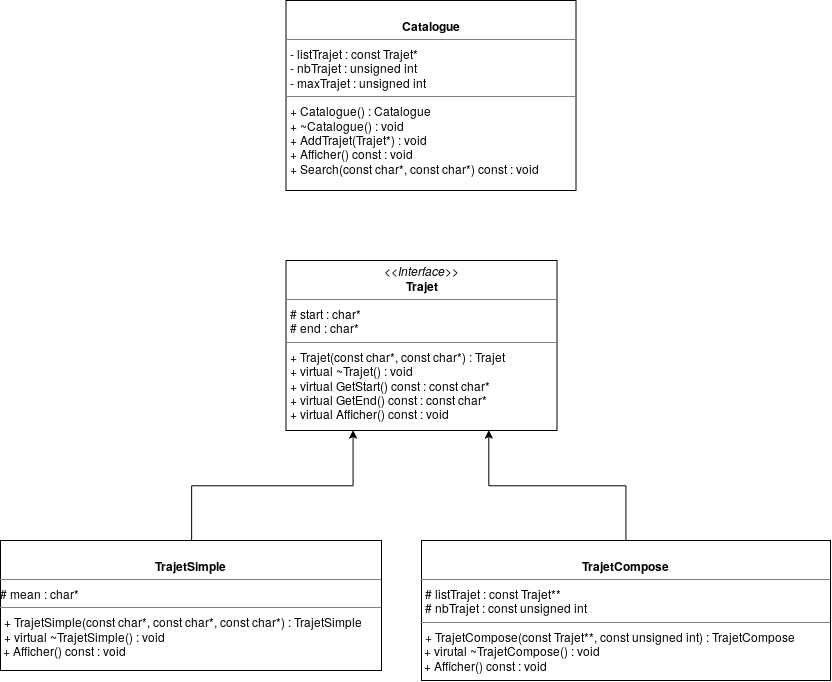
This is Docs/UML.png from QuentindeA/TP2_CPP, a draw.io export, as it was before one commit. Source tidied: cells renumbered, new cells last; positions are measured from the earlier drawing's top-left corner, leaving out a move shared by most shapes. Its diagram source:
```xml
<mxGraphModel background="#ffffff">
  <root>
    <mxCell id="0" />
    <mxCell id="1" parent="0" />
    <mxCell id="2" value="&lt;p style=&quot;margin: 0px ; margin-top: 4px ; text-align: center&quot;&gt;&lt;i&gt;&amp;lt;&amp;lt;Interface&amp;gt;&amp;gt;&lt;/i&gt;&lt;br&gt;&lt;b&gt;Trajet&lt;/b&gt;&lt;/p&gt;&lt;hr size=&quot;1&quot;&gt;&lt;p style=&quot;margin: 0px ; margin-left: 4px&quot;&gt;# start : char*&lt;br&gt;# end : char*&lt;/p&gt;&lt;hr size=&quot;1&quot;&gt;&lt;p style=&quot;margin: 0px ; margin-left: 4px&quot;&gt;+ Trajet(const char*, const char*) : Trajet&lt;/p&gt;&lt;p style=&quot;margin: 0px ; margin-left: 4px&quot;&gt;+ virtual ~Trajet() : void&lt;br&gt;&lt;/p&gt;&lt;p style=&quot;margin: 0px ; margin-left: 4px&quot;&gt;+ virtual GetStart() const : const char*&lt;br&gt;+ virtual GetEnd() const : const char*&lt;/p&gt;&lt;p style=&quot;margin: 0px ; margin-left: 4px&quot;&gt;+ virtual Afficher() const : void&lt;br&gt;&lt;/p&gt;" style="verticalAlign=top;align=left;overflow=fill;fontSize=12;fontFamily=Helvetica;html=1;rounded=0;shadow=0;comic=0;labelBackgroundColor=none;strokeWidth=1;" parent="1" vertex="1">
      <mxGeometry x="285.5" y="260" width="271" height="170" as="geometry" />
    </mxCell>
    <mxCell id="3" style="edgeStyle=orthogonalEdgeStyle;rounded=0;jettySize=auto;html=1;entryX=0.25;entryY=1;entryDx=0;entryDy=0;" parent="1" edge="1" source="4" target="2">
      <mxGeometry relative="1" as="geometry" />
    </mxCell>
    <mxCell id="4" value="&lt;p style=&quot;margin: 0px ; margin-top: 4px ; text-align: center&quot;&gt;&lt;br&gt;&lt;b&gt;TrajetSimple&lt;/b&gt;&lt;/p&gt;&lt;hr size=&quot;1&quot;&gt;&lt;div&gt;# mean : char*&lt;/div&gt;&lt;hr size=&quot;1&quot;&gt;&lt;div&gt;&lt;p style=&quot;margin: 0px ; margin-left: 4px&quot;&gt;+ TrajetSimple(const char*, const char*, const char*) : TrajetSimple&lt;/p&gt;&lt;p style=&quot;margin: 0px ; margin-left: 4px&quot;&gt;+ virtual ~TrajetSimple() : void&lt;/p&gt;&lt;/div&gt;&lt;div&gt;&amp;nbsp;+ Afficher() const : void&lt;/div&gt;&lt;div&gt;&lt;br&gt;&lt;/div&gt;&lt;div&gt;&lt;br&gt;&lt;/div&gt;&lt;div&gt;&lt;br&gt;&lt;/div&gt;&lt;div&gt;&lt;br&gt;&lt;/div&gt;&lt;div&gt;&lt;br&gt;&lt;/div&gt;&lt;div&gt;&lt;br&gt;&lt;/div&gt;&lt;div&gt;&lt;br&gt;&lt;/div&gt;&lt;div&gt;&lt;br&gt;&lt;/div&gt;&lt;div&gt;&lt;br&gt;&lt;/div&gt;&lt;div&gt;&lt;br&gt;&lt;/div&gt;&lt;div&gt;&lt;br&gt;&lt;/div&gt;&lt;div&gt;&lt;br&gt;&lt;/div&gt;&lt;hr size=&quot;1&quot;&gt;" style="verticalAlign=top;align=left;overflow=fill;fontSize=12;fontFamily=Helvetica;html=1;rounded=0;shadow=0;comic=0;labelBackgroundColor=none;strokeWidth=1;" parent="1" vertex="1">
      <mxGeometry y="540" width="381" height="130" as="geometry" />
    </mxCell>
    <mxCell id="5" style="edgeStyle=orthogonalEdgeStyle;rounded=0;jettySize=auto;html=1;entryX=0.75;entryY=1;entryDx=0;entryDy=0;" parent="1" edge="1" source="6" target="2">
      <mxGeometry relative="1" as="geometry" />
    </mxCell>
    <mxCell id="6" value="&lt;p style=&quot;margin: 0px ; margin-top: 4px ; text-align: center&quot;&gt;&lt;br&gt;&lt;b&gt;TrajetCompose&lt;/b&gt;&lt;/p&gt;&lt;hr size=&quot;1&quot;&gt;&lt;p style=&quot;margin: 0px ; margin-left: 4px&quot;&gt;# listTrajet : const Trajet**&lt;br&gt;&lt;/p&gt;&lt;p style=&quot;margin: 0px ; margin-left: 4px&quot;&gt;# nbTrajet : const unsigned int&lt;br&gt;&lt;/p&gt;&lt;hr size=&quot;1&quot;&gt;&lt;div&gt;&lt;p style=&quot;margin: 0px ; margin-left: 4px&quot;&gt;+ TrajetCompose(const Trajet**, const unsigned int) : TrajetCompose&lt;/p&gt;&lt;/div&gt;&lt;div&gt;&amp;nbsp;+ virutal ~TrajetCompose() : void &lt;br&gt;&lt;/div&gt;&lt;div&gt;&amp;nbsp;+ Afficher() const : void&lt;/div&gt;&lt;div&gt;&lt;br&gt;&lt;/div&gt;" style="verticalAlign=top;align=left;overflow=fill;fontSize=12;fontFamily=Helvetica;html=1;rounded=0;shadow=0;comic=0;labelBackgroundColor=none;strokeWidth=1;" parent="1" vertex="1">
      <mxGeometry x="421" y="540" width="409" height="140" as="geometry" />
    </mxCell>
    <mxCell id="7" value="&lt;p style=&quot;margin: 0px ; margin-top: 4px ; text-align: center&quot;&gt;&lt;br&gt;&lt;b&gt;Catalogue&lt;/b&gt;&lt;/p&gt;&lt;hr size=&quot;1&quot;&gt;&lt;p style=&quot;margin: 0px ; margin-left: 4px&quot;&gt;- listTrajet : const Trajet*&lt;/p&gt;&lt;p style=&quot;margin: 0px ; margin-left: 4px&quot;&gt;- nbTrajet : unsigned int&lt;br&gt;&lt;/p&gt;&lt;p style=&quot;margin: 0px ; margin-left: 4px&quot;&gt;- maxTrajet : unsigned int&lt;/p&gt;&lt;hr size=&quot;1&quot;&gt;&lt;p style=&quot;margin: 0px ; margin-left: 4px&quot;&gt;+ Catalogue() : Catalogue&lt;/p&gt;&lt;p style=&quot;margin: 0px ; margin-left: 4px&quot;&gt;+ ~Catalogue() : void&lt;/p&gt;&lt;p style=&quot;margin: 0px ; margin-left: 4px&quot;&gt;+ AddTrajet(Trajet*) : void&lt;br&gt;&lt;/p&gt;&lt;p style=&quot;margin: 0px ; margin-left: 4px&quot;&gt;+ Afficher() const : void&lt;/p&gt;&lt;p style=&quot;margin: 0px ; margin-left: 4px&quot;&gt;+ Search(const char*, const char*) const : void&lt;br&gt;&lt;/p&gt;" style="verticalAlign=top;align=left;overflow=fill;fontSize=12;fontFamily=Helvetica;html=1;rounded=0;shadow=0;comic=0;labelBackgroundColor=none;strokeWidth=1;" parent="1" vertex="1">
      <mxGeometry x="285.5" width="290" height="190" as="geometry" />
    </mxCell>
  </root>
</mxGraphModel>
```
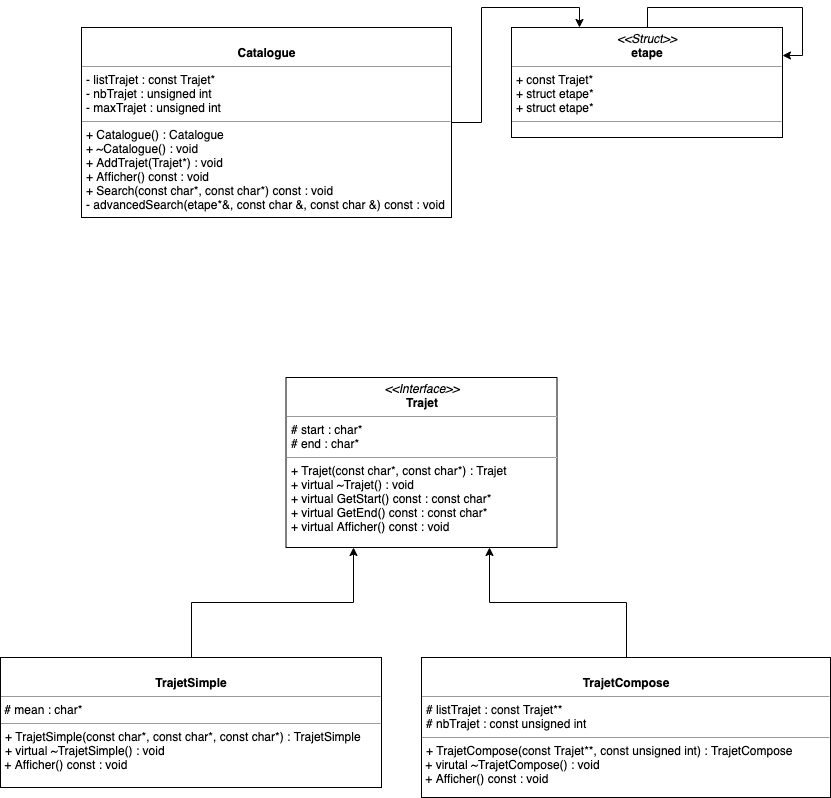
After the change.

Commit message:
modif de l'UML et modif du CR en conséquent

What changed in the source:
```diff
@@ -8,7 +8,7 @@
     <mxCell id="3" style="edgeStyle=orthogonalEdgeStyle;rounded=0;jettySize=auto;html=1;entryX=0.25;entryY=1;entryDx=0;entryDy=0;" parent="1" edge="1" source="4" target="2">
       <mxGeometry relative="1" as="geometry" />
     </mxCell>
-    <mxCell id="4" value="&lt;p style=&quot;margin: 0px ; margin-top: 4px ; text-align: center&quot;&gt;&lt;br&gt;&lt;b&gt;TrajetSimple&lt;/b&gt;&lt;/p&gt;&lt;hr size=&quot;1&quot;&gt;&lt;div&gt;# mean : char*&lt;/div&gt;&lt;hr size=&quot;1&quot;&gt;&lt;div&gt;&lt;p style=&quot;margin: 0px ; margin-left: 4px&quot;&gt;+ TrajetSimple(const char*, const char*, const char*) : TrajetSimple&lt;/p&gt;&lt;p style=&quot;margin: 0px ; margin-left: 4px&quot;&gt;+ virtual ~TrajetSimple() : void&lt;/p&gt;&lt;/div&gt;&lt;div&gt;&amp;nbsp;+ Afficher() const : void&lt;/div&gt;&lt;div&gt;&lt;br&gt;&lt;/div&gt;&lt;div&gt;&lt;br&gt;&lt;/div&gt;&lt;div&gt;&lt;br&gt;&lt;/div&gt;&lt;div&gt;&lt;br&gt;&lt;/div&gt;&lt;div&gt;&lt;br&gt;&lt;/div&gt;&lt;div&gt;&lt;br&gt;&lt;/div&gt;&lt;div&gt;&lt;br&gt;&lt;/div&gt;&lt;div&gt;&lt;br&gt;&lt;/div&gt;&lt;div&gt;&lt;br&gt;&lt;/div&gt;&lt;div&gt;&lt;br&gt;&lt;/div&gt;&lt;div&gt;&lt;br&gt;&lt;/div&gt;&lt;div&gt;&lt;br&gt;&lt;/div&gt;&lt;hr size=&quot;1&quot;&gt;" style="verticalAlign=top;align=left;overflow=fill;fontSize=12;fontFamily=Helvetica;html=1;rounded=0;shadow=0;comic=0;labelBackgroundColor=none;strokeWidth=1;" parent="1" vertex="1">
+    <mxCell id="4" value="&lt;p style=&quot;margin: 0px ; margin-top: 4px ; text-align: center&quot;&gt;&lt;br&gt;&lt;b&gt;TrajetSimple&lt;/b&gt;&lt;/p&gt;&lt;hr size=&quot;1&quot;&gt;&lt;div&gt;&amp;nbsp;# mean : char*&lt;/div&gt;&lt;hr size=&quot;1&quot;&gt;&lt;div&gt;&lt;p style=&quot;margin: 0px ; margin-left: 4px&quot;&gt;+ TrajetSimple(const char*, const char*, const char*) : TrajetSimple&lt;/p&gt;&lt;p style=&quot;margin: 0px ; margin-left: 4px&quot;&gt;+ virtual ~TrajetSimple() : void&lt;/p&gt;&lt;/div&gt;&lt;div&gt;&amp;nbsp;+ Afficher() const : void&lt;/div&gt;&lt;div&gt;&lt;br&gt;&lt;/div&gt;&lt;div&gt;&lt;br&gt;&lt;/div&gt;&lt;div&gt;&lt;br&gt;&lt;/div&gt;&lt;div&gt;&lt;br&gt;&lt;/div&gt;&lt;div&gt;&lt;br&gt;&lt;/div&gt;&lt;div&gt;&lt;br&gt;&lt;/div&gt;&lt;div&gt;&lt;br&gt;&lt;/div&gt;&lt;div&gt;&lt;br&gt;&lt;/div&gt;&lt;div&gt;&lt;br&gt;&lt;/div&gt;&lt;div&gt;&lt;br&gt;&lt;/div&gt;&lt;div&gt;&lt;br&gt;&lt;/div&gt;&lt;div&gt;&lt;br&gt;&lt;/div&gt;&lt;hr size=&quot;1&quot;&gt;" style="verticalAlign=top;align=left;overflow=fill;fontSize=12;fontFamily=Helvetica;html=1;rounded=0;shadow=0;comic=0;labelBackgroundColor=none;strokeWidth=1;" parent="1" vertex="1">
       <mxGeometry y="540" width="381" height="130" as="geometry" />
     </mxCell>
     <mxCell id="5" style="edgeStyle=orthogonalEdgeStyle;rounded=0;jettySize=auto;html=1;entryX=0.75;entryY=1;entryDx=0;entryDy=0;" parent="1" edge="1" source="6" target="2">
@@ -17,8 +17,17 @@
     <mxCell id="6" value="&lt;p style=&quot;margin: 0px ; margin-top: 4px ; text-align: center&quot;&gt;&lt;br&gt;&lt;b&gt;TrajetCompose&lt;/b&gt;&lt;/p&gt;&lt;hr size=&quot;1&quot;&gt;&lt;p style=&quot;margin: 0px ; margin-left: 4px&quot;&gt;# listTrajet : const Trajet**&lt;br&gt;&lt;/p&gt;&lt;p style=&quot;margin: 0px ; margin-left: 4px&quot;&gt;# nbTrajet : const unsigned int&lt;br&gt;&lt;/p&gt;&lt;hr size=&quot;1&quot;&gt;&lt;div&gt;&lt;p style=&quot;margin: 0px ; margin-left: 4px&quot;&gt;+ TrajetCompose(const Trajet**, const unsigned int) : TrajetCompose&lt;/p&gt;&lt;/div&gt;&lt;div&gt;&amp;nbsp;+ virutal ~TrajetCompose() : void &lt;br&gt;&lt;/div&gt;&lt;div&gt;&amp;nbsp;+ Afficher() const : void&lt;/div&gt;&lt;div&gt;&lt;br&gt;&lt;/div&gt;" style="verticalAlign=top;align=left;overflow=fill;fontSize=12;fontFamily=Helvetica;html=1;rounded=0;shadow=0;comic=0;labelBackgroundColor=none;strokeWidth=1;" parent="1" vertex="1">
       <mxGeometry x="421" y="540" width="409" height="140" as="geometry" />
     </mxCell>
+    <mxCell id="8" style="edgeStyle=orthogonalEdgeStyle;rounded=0;jettySize=auto;html=1;entryX=0.25;entryY=0;entryDx=0;entryDy=0;" parent="1" edge="1" source="7" target="9">
+      <mxGeometry relative="1" as="geometry" />
+    </mxCell>
-    <mxCell id="7" value="&lt;p style=&quot;margin: 0px ; margin-top: 4px ; text-align: center&quot;&gt;&lt;br&gt;&lt;b&gt;Catalogue&lt;/b&gt;&lt;/p&gt;&lt;hr size=&quot;1&quot;&gt;&lt;p style=&quot;margin: 0px ; margin-left: 4px&quot;&gt;- listTrajet : const Trajet*&lt;/p&gt;&lt;p style=&quot;margin: 0px ; margin-left: 4px&quot;&gt;- nbTrajet : unsigned int&lt;br&gt;&lt;/p&gt;&lt;p style=&quot;margin: 0px ; margin-left: 4px&quot;&gt;- maxTrajet : unsigned int&lt;/p&gt;&lt;hr size=&quot;1&quot;&gt;&lt;p style=&quot;margin: 0px ; margin-left: 4px&quot;&gt;+ Catalogue() : Catalogue&lt;/p&gt;&lt;p style=&quot;margin: 0px ; margin-left: 4px&quot;&gt;+ ~Catalogue() : void&lt;/p&gt;&lt;p style=&quot;margin: 0px ; margin-left: 4px&quot;&gt;+ AddTrajet(Trajet*) : void&lt;br&gt;&lt;/p&gt;&lt;p style=&quot;margin: 0px ; margin-left: 4px&quot;&gt;+ Afficher() const : void&lt;/p&gt;&lt;p style=&quot;margin: 0px ; margin-left: 4px&quot;&gt;+ Search(const char*, const char*) const : void&lt;br&gt;&lt;/p&gt;" style="verticalAlign=top;align=left;overflow=fill;fontSize=12;fontFamily=Helvetica;html=1;rounded=0;shadow=0;comic=0;labelBackgroundColor=none;strokeWidth=1;" parent="1" vertex="1">
-      <mxGeometry x="285.5" width="290" height="190" as="geometry" />
+    <mxCell id="7" value="&lt;p style=&quot;margin: 0px ; margin-top: 4px ; text-align: center&quot;&gt;&lt;br&gt;&lt;b&gt;Catalogue&lt;/b&gt;&lt;/p&gt;&lt;hr size=&quot;1&quot;&gt;&lt;p style=&quot;margin: 0px ; margin-left: 4px&quot;&gt;- listTrajet : const Trajet*&lt;/p&gt;&lt;p style=&quot;margin: 0px ; margin-left: 4px&quot;&gt;- nbTrajet : unsigned int&lt;br&gt;&lt;/p&gt;&lt;p style=&quot;margin: 0px ; margin-left: 4px&quot;&gt;- maxTrajet : unsigned int&lt;/p&gt;&lt;hr size=&quot;1&quot;&gt;&lt;p style=&quot;margin: 0px ; margin-left: 4px&quot;&gt;+ Catalogue() : Catalogue&lt;/p&gt;&lt;p style=&quot;margin: 0px ; margin-left: 4px&quot;&gt;+ ~Catalogue() : void&lt;/p&gt;&lt;p style=&quot;margin: 0px ; margin-left: 4px&quot;&gt;+ AddTrajet(Trajet*) : void&lt;br&gt;&lt;/p&gt;&lt;p style=&quot;margin: 0px ; margin-left: 4px&quot;&gt;+ Afficher() const : void&lt;/p&gt;&lt;p style=&quot;margin: 0px ; margin-left: 4px&quot;&gt;+ Search(const char*, const char*) const : void&lt;br&gt;&lt;/p&gt;&lt;p style=&quot;margin: 0px ; margin-left: 4px&quot;&gt;- advancedSearch(etape*&amp;amp;, const char &amp;amp;, const char &amp;amp;) const : void&lt;/p&gt;" style="verticalAlign=top;align=left;overflow=fill;fontSize=12;fontFamily=Helvetica;html=1;rounded=0;shadow=0;comic=0;labelBackgroundColor=none;strokeWidth=1;" parent="1" vertex="1">
+      <mxGeometry x="81" y="-90" width="370" height="190" as="geometry" />
     </mxCell>
+    <mxCell id="9" value="&lt;p style=&quot;margin: 0px ; margin-top: 4px ; text-align: center&quot;&gt;&lt;i&gt;&amp;lt;&amp;lt;Struct&amp;gt;&amp;gt;&lt;/i&gt;&lt;br&gt;&lt;b&gt;etape&lt;/b&gt;&lt;/p&gt;&lt;hr size=&quot;1&quot;&gt;&lt;p style=&quot;margin: 0px ; margin-left: 4px&quot;&gt;+ const Trajet*&lt;/p&gt;&lt;p style=&quot;margin: 0px ; margin-left: 4px&quot;&gt;+ struct etape*&lt;/p&gt;&lt;p style=&quot;margin: 0px ; margin-left: 4px&quot;&gt;+ struct etape*&lt;/p&gt;&lt;hr size=&quot;1&quot;&gt;&lt;p style=&quot;margin: 0px ; margin-left: 4px&quot;&gt;&lt;br&gt;&lt;/p&gt;" style="verticalAlign=top;align=left;overflow=fill;fontSize=12;fontFamily=Helvetica;html=1;rounded=0;shadow=0;comic=0;labelBackgroundColor=none;strokeWidth=1;" parent="1" vertex="1">
+      <mxGeometry x="511" y="-90" width="271" height="110" as="geometry" />
+    </mxCell>
+    <mxCell id="10" style="edgeStyle=orthogonalEdgeStyle;rounded=0;orthogonalLoop=1;jettySize=auto;html=1;entryX=1;entryY=0.25;entryDx=0;entryDy=0;" parent="1" edge="1" source="9" target="9">
+      <mxGeometry relative="1" as="geometry" />
+    </mxCell>
   </root>
 </mxGraphModel>
```
